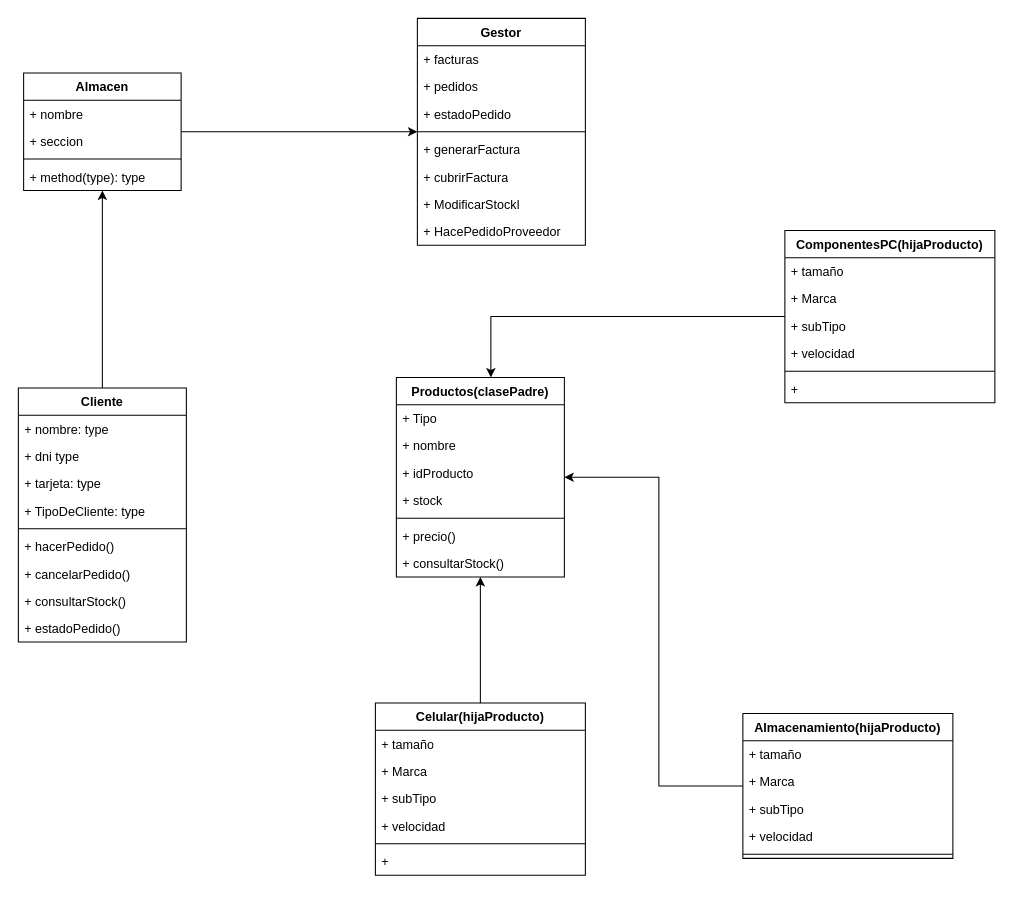
This is umlProyecto.drawio from joeljnq/laEstanteria, a draw.io file, before an edit. Source tidied: cells renumbered, new cells numbered last; positions are measured from the earlier drawing's top-left corner, leaving out a move shared by most shapes. Both pictures are drawn from the tidied source at 105%, with x=0, y=0 at pixel (18, 18).
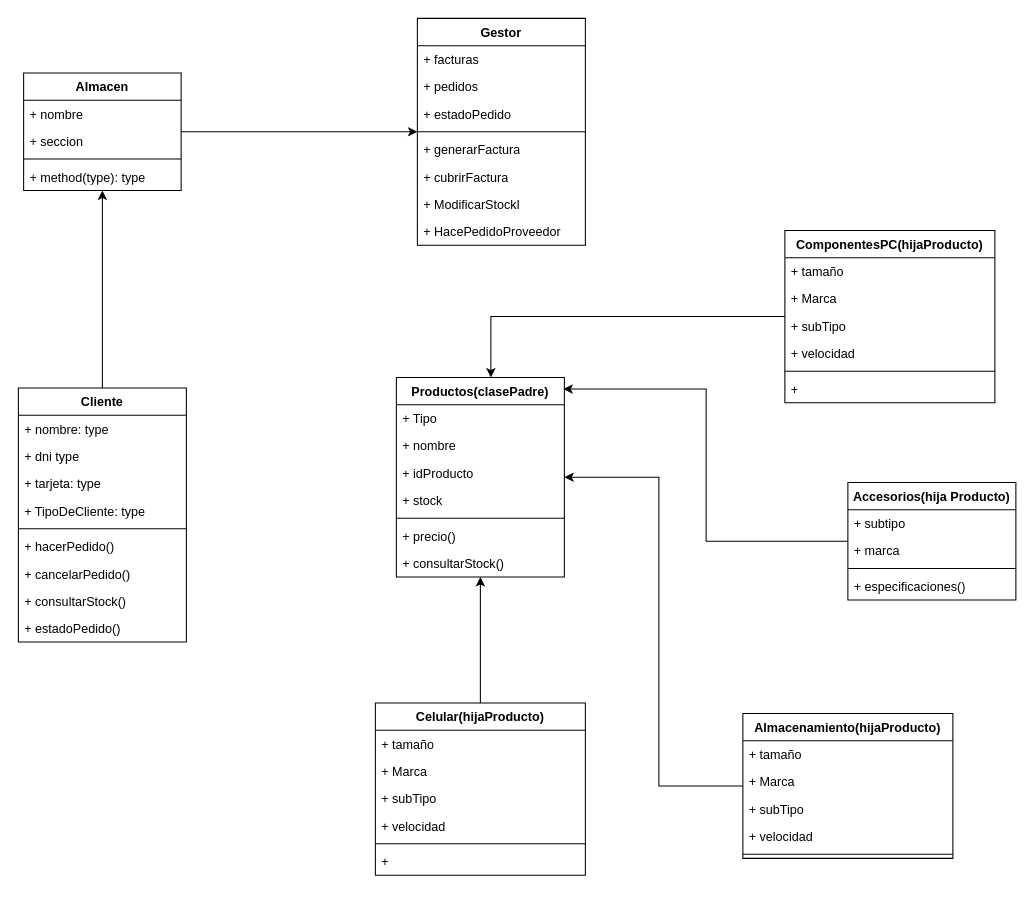
Above is the later version.

The change refers to these unchanged cells:
```xml
<mxCell id="28" value="Productos(clasePadre)" style="swimlane;fontStyle=1;align=center;verticalAlign=top;horizontal=1;startSize=26;whiteSpace=wrap;html=1;" parent="1" vertex="1">
  <mxGeometry x="360" y="342" width="160" height="190" as="geometry" />
</mxCell>
```

Diff of the diagram source:
```diff
@@
+    <mxCell id="59" style="edgeStyle=orthogonalEdgeStyle;rounded=0;jettySize=auto;html=1;entryX=0.994;entryY=0.058;entryDx=0;entryDy=0;entryPerimeter=0;" parent="1" edge="1" source="60" target="28">
+      <mxGeometry relative="1" as="geometry" />
+    </mxCell>
+    <mxCell id="60" value="Accesorios(hija Producto)" style="swimlane;fontStyle=1;align=center;verticalAlign=top;horizontal=1;startSize=26;whiteSpace=wrap;html=1;" parent="1" vertex="1">
+      <mxGeometry x="790" y="442" width="160" height="112" as="geometry" />
+    </mxCell>
+    <mxCell id="61" value="+ subtipo" style="text;strokeColor=none;fillColor=none;align=left;verticalAlign=top;spacingLeft=4;spacingRight=4;overflow=hidden;whiteSpace=wrap;html=1;" parent="60" vertex="1">
+      <mxGeometry y="26" width="160" height="26" as="geometry" />
+    </mxCell>
+    <mxCell id="62" value="+ marca" style="text;strokeColor=none;fillColor=none;align=left;verticalAlign=top;spacingLeft=4;spacingRight=4;overflow=hidden;whiteSpace=wrap;html=1;" parent="60" vertex="1">
+      <mxGeometry y="52" width="160" height="26" as="geometry" />
+    </mxCell>
+    <mxCell id="63" style="line;strokeWidth=1;fillColor=none;align=left;verticalAlign=middle;spacingTop=-1;spacingLeft=3;spacingRight=3;labelPosition=right;strokeColor=inherit;" parent="60" vertex="1">
+      <mxGeometry y="78" width="160" height="8" as="geometry" />
+    </mxCell>
+    <mxCell id="64" value="+ especificaciones()" style="text;strokeColor=none;fillColor=none;align=left;verticalAlign=top;spacingLeft=4;spacingRight=4;overflow=hidden;whiteSpace=wrap;html=1;" parent="60" vertex="1">
+      <mxGeometry y="86" width="160" height="26" as="geometry" />
+    </mxCell>
```
